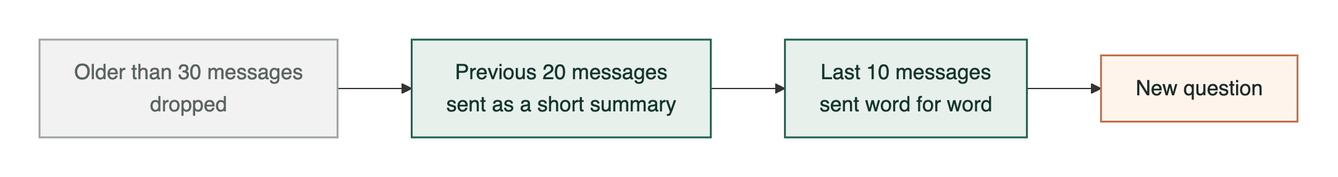
The Mermaid diagram architecture/images/memory.png in Jag2007/Patient_Management, before a commit. Its source is kept beside it as architecture/diagrams/memory.mmd.
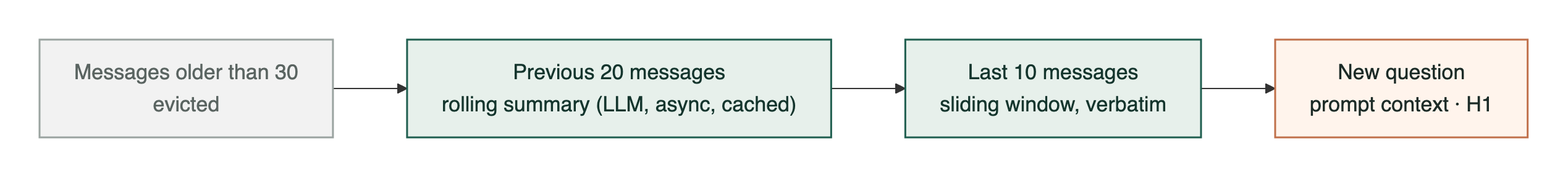
The same file after the commit.

What changed in the source:
```diff
@@ -1,5 +1,5 @@
 flowchart LR
     classDef default fill:#E7F0EB,stroke:#1F5E4F,stroke-width:1.5px,color:#14352D
-    Old["Older than 30 messages<br/>dropped"] --> Sum["Previous 20 messages<br/>sent as a short summary"] --> Recent["Last 10 messages<br/>sent word for word"] --> Q["New question"]
+    Old["Messages older than 30<br/>evicted"] --> Sum["Previous 20 messages<br/>rolling summary (LLM, async, cached)"] --> Recent["Last 10 messages<br/>sliding window, verbatim"] --> Q["New question<br/>prompt context · H1"]
     style Old fill:#F2F2F2,stroke:#9AA3A0,color:#5A6461
     style Q fill:#FFF4EC,stroke:#C0704A,color:#1C2B27
```
